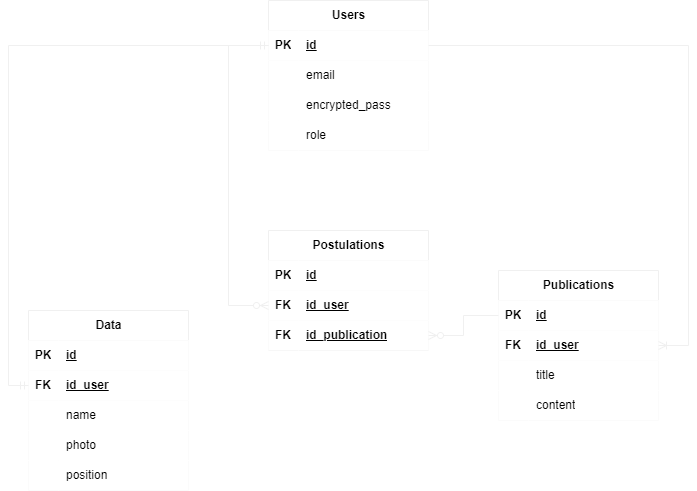
RicardoGallegos92/RoR_M6_Prueba keeps this draw.io diagram as Diagrama.png. Above is the earlier version. Source tidied: cells renumbered, new cells last; positions are measured from the earlier drawing's top-left corner, leaving out a move shared by most shapes. Source of this version:
```xml
<mxGraphModel>
  <root>
    <mxCell id="0" />
    <mxCell id="1" parent="0" />
    <mxCell id="2" value="Publications" style="shape=table;startSize=30;rowLines=0;fontStyle=1;align=center;html=1;fillColor=#FFFFFF;fontColor=#000000;rounded=0;" parent="1" vertex="1">
      <mxGeometry x="490" y="270" width="160" height="150" as="geometry" />
    </mxCell>
    <mxCell id="3" style="shape=tableRow;horizontal=0;startSize=0;swimlaneHead=0;swimlaneBody=0;fillColor=#FFFFFF;points=[[0,0.5],[1,0.5]];portConstraint=eastwest;top=0;left=0;right=0;bottom=1;fontColor=#000000;rounded=0;" parent="2" vertex="1">
      <mxGeometry y="30" width="160" height="30" as="geometry" />
    </mxCell>
    <mxCell id="4" value="PK" style="shape=partialRectangle;fillColor=#FFFFFF;top=0;left=0;bottom=0;right=0;fontStyle=1;overflow=hidden;whiteSpace=wrap;html=1;fontColor=#000000;rounded=0;" parent="3" vertex="1">
      <mxGeometry width="30" height="30" as="geometry" />
    </mxCell>
    <mxCell id="5" value="id" style="shape=partialRectangle;fillColor=#FFFFFF;top=0;left=0;bottom=0;right=0;align=left;spacingLeft=6;fontStyle=5;overflow=hidden;whiteSpace=wrap;html=1;fontColor=#000000;rounded=0;" parent="3" vertex="1">
      <mxGeometry x="30" width="130" height="30" as="geometry" />
    </mxCell>
    <mxCell id="6" style="shape=tableRow;horizontal=0;startSize=0;swimlaneHead=0;swimlaneBody=0;fillColor=#FFFFFF;points=[[0,0.5],[1,0.5]];portConstraint=eastwest;top=0;left=0;right=0;bottom=1;fontColor=#000000;rounded=0;" parent="2" vertex="1">
      <mxGeometry y="60" width="160" height="30" as="geometry" />
    </mxCell>
    <mxCell id="7" value="FK" style="shape=partialRectangle;fillColor=#FFFFFF;top=0;left=0;bottom=0;right=0;fontStyle=1;overflow=hidden;whiteSpace=wrap;html=1;fontColor=#000000;rounded=0;" parent="6" vertex="1">
      <mxGeometry width="30" height="30" as="geometry" />
    </mxCell>
    <mxCell id="8" value="id_user" style="shape=partialRectangle;fillColor=#FFFFFF;top=0;left=0;bottom=0;right=0;align=left;spacingLeft=6;fontStyle=5;overflow=hidden;whiteSpace=wrap;html=1;fontColor=#000000;rounded=0;" parent="6" vertex="1">
      <mxGeometry x="30" width="130" height="30" as="geometry" />
    </mxCell>
    <mxCell id="9" style="shape=tableRow;horizontal=0;startSize=0;swimlaneHead=0;swimlaneBody=0;fillColor=#FFFFFF;top=0;left=0;right=0;bottom=0;fontColor=#000000;rounded=0;" parent="2" vertex="1">
      <mxGeometry y="90" width="160" height="30" as="geometry" />
    </mxCell>
    <mxCell id="10" style="shape=partialRectangle;fillColor=#FFFFFF;top=0;left=0;bottom=0;right=0;overflow=hidden;whiteSpace=wrap;html=1;fontColor=#000000;rounded=0;" parent="9" vertex="1">
      <mxGeometry width="30" height="30" as="geometry" />
    </mxCell>
    <mxCell id="11" value="title" style="shape=partialRectangle;fillColor=#FFFFFF;top=0;left=0;bottom=0;right=0;align=left;spacingLeft=6;overflow=hidden;whiteSpace=wrap;html=1;fontColor=#000000;rounded=0;" parent="9" vertex="1">
      <mxGeometry x="30" width="130" height="30" as="geometry" />
    </mxCell>
    <mxCell id="12" style="shape=tableRow;horizontal=0;startSize=0;swimlaneHead=0;swimlaneBody=0;fillColor=#FFFFFF;top=0;left=0;right=0;bottom=0;fontColor=#000000;rounded=0;" parent="2" vertex="1">
      <mxGeometry y="120" width="160" height="30" as="geometry" />
    </mxCell>
    <mxCell id="13" style="shape=partialRectangle;fillColor=#FFFFFF;top=0;left=0;bottom=0;right=0;overflow=hidden;whiteSpace=wrap;html=1;fontColor=#000000;rounded=0;" parent="12" vertex="1">
      <mxGeometry width="30" height="30" as="geometry" />
    </mxCell>
    <mxCell id="14" value="content" style="shape=partialRectangle;fillColor=#FFFFFF;top=0;left=0;bottom=0;right=0;align=left;spacingLeft=6;overflow=hidden;whiteSpace=wrap;html=1;fontColor=#000000;rounded=0;" parent="12" vertex="1">
      <mxGeometry x="30" width="130" height="30" as="geometry" />
    </mxCell>
    <mxCell id="15" value="Postulations" style="shape=table;startSize=30;rowLines=0;fontStyle=1;align=center;html=1;fillColor=#FFFFFF;fontColor=#000000;rounded=0;" parent="1" vertex="1">
      <mxGeometry x="260" y="230" width="160" height="120" as="geometry" />
    </mxCell>
    <mxCell id="16" style="shape=tableRow;horizontal=0;startSize=0;swimlaneHead=0;swimlaneBody=0;fillColor=#FFFFFF;top=0;left=0;right=0;bottom=1;fontColor=#000000;rounded=0;" parent="15" vertex="1">
      <mxGeometry y="30" width="160" height="30" as="geometry" />
    </mxCell>
    <mxCell id="17" value="PK" style="shape=partialRectangle;fillColor=#FFFFFF;top=0;left=0;bottom=0;right=0;fontStyle=1;overflow=hidden;whiteSpace=wrap;html=1;fontColor=#000000;rounded=0;" parent="16" vertex="1">
      <mxGeometry width="30" height="30" as="geometry" />
    </mxCell>
    <mxCell id="18" value="id" style="shape=partialRectangle;fillColor=#FFFFFF;top=0;left=0;bottom=0;right=0;align=left;spacingLeft=6;fontStyle=5;overflow=hidden;whiteSpace=wrap;html=1;fontColor=#000000;rounded=0;" parent="16" vertex="1">
      <mxGeometry x="30" width="130" height="30" as="geometry" />
    </mxCell>
    <mxCell id="19" style="shape=tableRow;horizontal=0;startSize=0;swimlaneHead=0;swimlaneBody=0;fillColor=#FFFFFF;points=[[0,0.5],[1,0.5]];portConstraint=eastwest;top=0;left=0;right=0;bottom=1;fontColor=#000000;rounded=0;" parent="15" vertex="1">
      <mxGeometry y="60" width="160" height="30" as="geometry" />
    </mxCell>
    <mxCell id="20" value="FK" style="shape=partialRectangle;fillColor=#FFFFFF;top=0;left=0;bottom=0;right=0;fontStyle=1;overflow=hidden;whiteSpace=wrap;html=1;fontColor=#000000;rounded=0;" parent="19" vertex="1">
      <mxGeometry width="30" height="30" as="geometry" />
    </mxCell>
    <mxCell id="21" value="id_user" style="shape=partialRectangle;fillColor=#FFFFFF;top=0;left=0;bottom=0;right=0;align=left;spacingLeft=6;fontStyle=5;overflow=hidden;whiteSpace=wrap;html=1;fontColor=#000000;rounded=0;" parent="19" vertex="1">
      <mxGeometry x="30" width="130" height="30" as="geometry" />
    </mxCell>
    <mxCell id="22" style="shape=tableRow;horizontal=0;startSize=0;swimlaneHead=0;swimlaneBody=0;fillColor=#FFFFFF;points=[[0,0.5],[1,0.5]];portConstraint=eastwest;top=0;left=0;right=0;bottom=1;fontColor=#000000;rounded=0;" parent="15" vertex="1">
      <mxGeometry y="90" width="160" height="30" as="geometry" />
    </mxCell>
    <mxCell id="23" value="FK" style="shape=partialRectangle;fillColor=#FFFFFF;top=0;left=0;bottom=0;right=0;fontStyle=1;overflow=hidden;whiteSpace=wrap;html=1;fontColor=#000000;rounded=0;" parent="22" vertex="1">
      <mxGeometry width="30" height="30" as="geometry" />
    </mxCell>
    <mxCell id="24" value="id_publication" style="shape=partialRectangle;fillColor=#FFFFFF;top=0;left=0;bottom=0;right=0;align=left;spacingLeft=6;fontStyle=5;overflow=hidden;whiteSpace=wrap;html=1;fontColor=#000000;rounded=0;" parent="22" vertex="1">
      <mxGeometry x="30" width="130" height="30" as="geometry" />
    </mxCell>
    <mxCell id="25" value="Users" style="shape=table;startSize=30;rowLines=0;fontStyle=1;align=center;html=1;fillColor=#FFFFFF;fontColor=#000000;rounded=0;" parent="1" vertex="1">
      <mxGeometry x="260" width="160" height="150" as="geometry" />
    </mxCell>
    <mxCell id="26" style="shape=tableRow;horizontal=0;startSize=0;swimlaneHead=0;swimlaneBody=0;fillColor=#FFFFFF;points=[[0,0.5],[1,0.5]];portConstraint=eastwest;top=0;left=0;right=0;bottom=1;fontColor=#000000;rounded=0;" parent="25" vertex="1">
      <mxGeometry y="30" width="160" height="30" as="geometry" />
    </mxCell>
    <mxCell id="27" value="PK" style="shape=partialRectangle;fillColor=#FFFFFF;top=0;left=0;bottom=0;right=0;fontStyle=1;overflow=hidden;whiteSpace=wrap;html=1;fontColor=#000000;rounded=0;" parent="26" vertex="1">
      <mxGeometry width="30" height="30" as="geometry" />
    </mxCell>
    <mxCell id="28" value="id" style="shape=partialRectangle;fillColor=#FFFFFF;top=0;left=0;bottom=0;right=0;align=left;spacingLeft=6;fontStyle=5;overflow=hidden;whiteSpace=wrap;html=1;fontColor=#000000;rounded=0;" parent="26" vertex="1">
      <mxGeometry x="30" width="130" height="30" as="geometry" />
    </mxCell>
    <mxCell id="29" style="shape=tableRow;horizontal=0;startSize=0;swimlaneHead=0;swimlaneBody=0;fillColor=#FFFFFF;top=0;left=0;right=0;bottom=0;fontColor=#000000;rounded=0;" parent="25" vertex="1">
      <mxGeometry y="60" width="160" height="30" as="geometry" />
    </mxCell>
    <mxCell id="30" style="shape=partialRectangle;fillColor=#FFFFFF;top=0;left=0;bottom=0;right=0;overflow=hidden;whiteSpace=wrap;html=1;fontColor=#000000;rounded=0;" parent="29" vertex="1">
      <mxGeometry width="30" height="30" as="geometry" />
    </mxCell>
    <mxCell id="31" value="email" style="shape=partialRectangle;fillColor=#FFFFFF;top=0;left=0;bottom=0;right=0;align=left;spacingLeft=6;overflow=hidden;whiteSpace=wrap;html=1;fontColor=#000000;rounded=0;" parent="29" vertex="1">
      <mxGeometry x="30" width="130" height="30" as="geometry" />
    </mxCell>
    <mxCell id="32" style="shape=tableRow;horizontal=0;startSize=0;swimlaneHead=0;swimlaneBody=0;fillColor=#FFFFFF;top=0;left=0;right=0;bottom=0;fontColor=#000000;rounded=0;" parent="25" vertex="1">
      <mxGeometry y="90" width="160" height="30" as="geometry" />
    </mxCell>
    <mxCell id="33" style="shape=partialRectangle;fillColor=#FFFFFF;top=0;left=0;bottom=0;right=0;overflow=hidden;whiteSpace=wrap;html=1;fontColor=#000000;rounded=0;" parent="32" vertex="1">
      <mxGeometry width="30" height="30" as="geometry" />
    </mxCell>
    <mxCell id="34" value="encrypted_pass" style="shape=partialRectangle;fillColor=#FFFFFF;top=0;left=0;bottom=0;right=0;align=left;spacingLeft=6;overflow=hidden;whiteSpace=wrap;html=1;fontColor=#000000;rounded=0;" parent="32" vertex="1">
      <mxGeometry x="30" width="130" height="30" as="geometry" />
    </mxCell>
    <mxCell id="35" style="shape=tableRow;horizontal=0;startSize=0;swimlaneHead=0;swimlaneBody=0;fillColor=#FFFFFF;top=0;left=0;right=0;bottom=0;fontColor=#000000;rounded=0;" parent="25" vertex="1">
      <mxGeometry y="120" width="160" height="30" as="geometry" />
    </mxCell>
    <mxCell id="36" style="shape=partialRectangle;fillColor=#FFFFFF;top=0;left=0;bottom=0;right=0;overflow=hidden;whiteSpace=wrap;html=1;fontColor=#000000;rounded=0;" parent="35" vertex="1">
      <mxGeometry width="30" height="30" as="geometry" />
    </mxCell>
    <mxCell id="37" value="role" style="shape=partialRectangle;fillColor=#FFFFFF;top=0;left=0;bottom=0;right=0;align=left;spacingLeft=6;overflow=hidden;whiteSpace=wrap;html=1;fontColor=#000000;rounded=0;" parent="35" vertex="1">
      <mxGeometry x="30" width="130" height="30" as="geometry" />
    </mxCell>
    <mxCell id="38" style="fontSize=12;html=1;endArrow=ERzeroToMany;endFill=1;rounded=0;entryX=0;entryY=0.5;entryDx=0;entryDy=0;edgeStyle=elbowEdgeStyle;" parent="1" edge="1" source="26" target="19">
      <mxGeometry relative="1" as="geometry">
        <Array as="points">
          <mxPoint x="220" y="180" />
        </Array>
      </mxGeometry>
    </mxCell>
    <mxCell id="39" style="fontSize=12;html=1;endArrow=ERzeroToMany;endFill=1;rounded=0;exitX=0;exitY=0.5;exitDx=0;exitDy=0;edgeStyle=orthogonalEdgeStyle;" parent="1" edge="1" source="3" target="22">
      <mxGeometry relative="1" as="geometry" />
    </mxCell>
    <mxCell id="40" value="Data" style="shape=table;startSize=30;rowLines=0;fontStyle=1;align=center;html=1;fillColor=#FFFFFF;fontColor=#000000;rounded=0;" parent="1" vertex="1">
      <mxGeometry x="20" y="310" width="160" height="180" as="geometry" />
    </mxCell>
    <mxCell id="41" style="shape=tableRow;horizontal=0;startSize=0;swimlaneHead=0;swimlaneBody=0;fillColor=#FFFFFF;top=0;left=0;right=0;bottom=1;fontColor=#000000;rounded=0;" parent="40" vertex="1">
      <mxGeometry y="30" width="160" height="30" as="geometry" />
    </mxCell>
    <mxCell id="42" value="PK" style="shape=partialRectangle;fillColor=#FFFFFF;top=0;left=0;bottom=0;right=0;fontStyle=1;overflow=hidden;whiteSpace=wrap;html=1;fontColor=#000000;rounded=0;" parent="41" vertex="1">
      <mxGeometry width="30" height="30" as="geometry" />
    </mxCell>
    <mxCell id="43" value="id" style="shape=partialRectangle;fillColor=#FFFFFF;top=0;left=0;bottom=0;right=0;align=left;spacingLeft=6;fontStyle=5;overflow=hidden;whiteSpace=wrap;html=1;fontColor=#000000;rounded=0;" parent="41" vertex="1">
      <mxGeometry x="30" width="130" height="30" as="geometry" />
    </mxCell>
    <mxCell id="44" style="shape=tableRow;horizontal=0;startSize=0;swimlaneHead=0;swimlaneBody=0;fillColor=#FFFFFF;points=[[0,0.5],[1,0.5]];portConstraint=eastwest;top=0;left=0;right=0;bottom=1;fontColor=#000000;rounded=0;" parent="40" vertex="1">
      <mxGeometry y="60" width="160" height="30" as="geometry" />
    </mxCell>
    <mxCell id="45" value="FK" style="shape=partialRectangle;fillColor=#FFFFFF;top=0;left=0;bottom=0;right=0;fontStyle=1;overflow=hidden;whiteSpace=wrap;html=1;fontColor=#000000;rounded=0;" parent="44" vertex="1">
      <mxGeometry width="30" height="30" as="geometry" />
    </mxCell>
    <mxCell id="46" value="id_user" style="shape=partialRectangle;fillColor=#FFFFFF;top=0;left=0;bottom=0;right=0;align=left;spacingLeft=6;fontStyle=5;overflow=hidden;whiteSpace=wrap;html=1;fontColor=#000000;rounded=0;" parent="44" vertex="1">
      <mxGeometry x="30" width="130" height="30" as="geometry" />
    </mxCell>
    <mxCell id="47" style="shape=tableRow;horizontal=0;startSize=0;swimlaneHead=0;swimlaneBody=0;fillColor=#FFFFFF;top=0;left=0;right=0;bottom=0;fontColor=#000000;rounded=0;" parent="40" vertex="1">
      <mxGeometry y="90" width="160" height="30" as="geometry" />
    </mxCell>
    <mxCell id="48" style="shape=partialRectangle;fillColor=#FFFFFF;top=0;left=0;bottom=0;right=0;overflow=hidden;whiteSpace=wrap;html=1;fontColor=#000000;rounded=0;" parent="47" vertex="1">
      <mxGeometry width="30" height="30" as="geometry" />
    </mxCell>
    <mxCell id="49" value="name" style="shape=partialRectangle;fillColor=#FFFFFF;top=0;left=0;bottom=0;right=0;align=left;spacingLeft=6;overflow=hidden;whiteSpace=wrap;html=1;fontColor=#000000;rounded=0;" parent="47" vertex="1">
      <mxGeometry x="30" width="130" height="30" as="geometry" />
    </mxCell>
    <mxCell id="50" style="shape=tableRow;horizontal=0;startSize=0;swimlaneHead=0;swimlaneBody=0;fillColor=#FFFFFF;top=0;left=0;right=0;bottom=0;fontColor=#000000;rounded=0;" parent="40" vertex="1">
      <mxGeometry y="120" width="160" height="30" as="geometry" />
    </mxCell>
    <mxCell id="51" style="shape=partialRectangle;fillColor=#FFFFFF;top=0;left=0;bottom=0;right=0;overflow=hidden;whiteSpace=wrap;html=1;fontColor=#000000;rounded=0;" parent="50" vertex="1">
      <mxGeometry width="30" height="30" as="geometry" />
    </mxCell>
    <mxCell id="52" value="photo" style="shape=partialRectangle;fillColor=#FFFFFF;top=0;left=0;bottom=0;right=0;align=left;spacingLeft=6;overflow=hidden;whiteSpace=wrap;html=1;fontColor=#000000;rounded=0;" parent="50" vertex="1">
      <mxGeometry x="30" width="130" height="30" as="geometry" />
    </mxCell>
    <mxCell id="53" style="shape=tableRow;horizontal=0;startSize=0;swimlaneHead=0;swimlaneBody=0;fillColor=#FFFFFF;top=0;left=0;right=0;bottom=0;fontColor=#000000;rounded=0;" parent="40" vertex="1">
      <mxGeometry y="150" width="160" height="30" as="geometry" />
    </mxCell>
    <mxCell id="54" style="shape=partialRectangle;fillColor=#FFFFFF;top=0;left=0;bottom=0;right=0;overflow=hidden;whiteSpace=wrap;html=1;fontColor=#000000;rounded=0;" parent="53" vertex="1">
      <mxGeometry width="30" height="30" as="geometry" />
    </mxCell>
    <mxCell id="55" value="position" style="shape=partialRectangle;fillColor=#FFFFFF;top=0;left=0;bottom=0;right=0;align=left;spacingLeft=6;overflow=hidden;whiteSpace=wrap;html=1;fontColor=#000000;rounded=0;" parent="53" vertex="1">
      <mxGeometry x="30" width="130" height="30" as="geometry" />
    </mxCell>
    <mxCell id="56" style="edgeStyle=elbowEdgeStyle;fontSize=12;html=1;endArrow=ERmandOne;startArrow=ERmandOne;rounded=0;exitX=0;exitY=0.5;exitDx=0;exitDy=0;entryX=0;entryY=0.5;entryDx=0;entryDy=0;" parent="1" edge="1" source="44" target="26">
      <mxGeometry relative="1" as="geometry">
        <Array as="points">
          <mxPoint y="430" />
        </Array>
      </mxGeometry>
    </mxCell>
    <mxCell id="57" style="edgeStyle=elbowEdgeStyle;fontSize=12;html=1;endArrow=ERoneToMany;rounded=0;exitX=1;exitY=0.5;exitDx=0;exitDy=0;" parent="1" edge="1" source="26" target="6">
      <mxGeometry relative="1" as="geometry">
        <Array as="points">
          <mxPoint x="680" y="200" />
        </Array>
      </mxGeometry>
    </mxCell>
  </root>
</mxGraphModel>
```
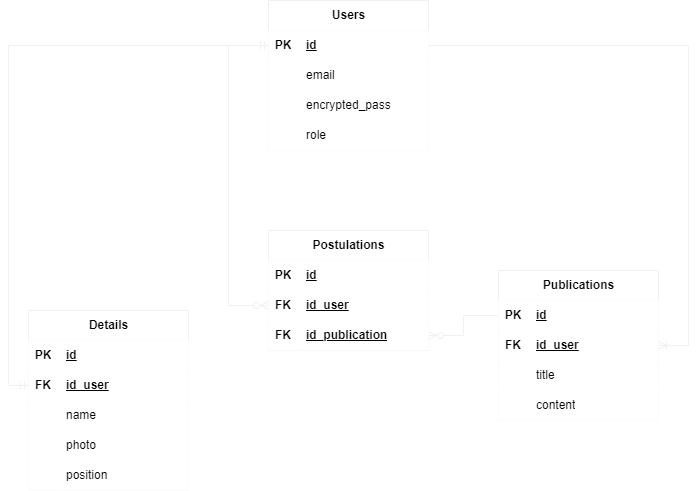
The same diagram one commit later.

Diff of the diagram source:
```diff
@@ -120,7 +120,7 @@
     <mxCell id="39" style="fontSize=12;html=1;endArrow=ERzeroToMany;endFill=1;rounded=0;exitX=0;exitY=0.5;exitDx=0;exitDy=0;edgeStyle=orthogonalEdgeStyle;" parent="1" edge="1" source="3" target="22">
       <mxGeometry relative="1" as="geometry" />
     </mxCell>
-    <mxCell id="40" value="Data" style="shape=table;startSize=30;rowLines=0;fontStyle=1;align=center;html=1;fillColor=#FFFFFF;fontColor=#000000;rounded=0;" parent="1" vertex="1">
+    <mxCell id="40" value="Details" style="shape=table;startSize=30;rowLines=0;fontStyle=1;align=center;html=1;fillColor=#FFFFFF;fontColor=#000000;rounded=0;" parent="1" vertex="1">
       <mxGeometry x="20" y="310" width="160" height="180" as="geometry" />
     </mxCell>
     <mxCell id="41" style="shape=tableRow;horizontal=0;startSize=0;swimlaneHead=0;swimlaneBody=0;fillColor=#FFFFFF;top=0;left=0;right=0;bottom=1;fontColor=#000000;rounded=0;" parent="40" vertex="1">
```
